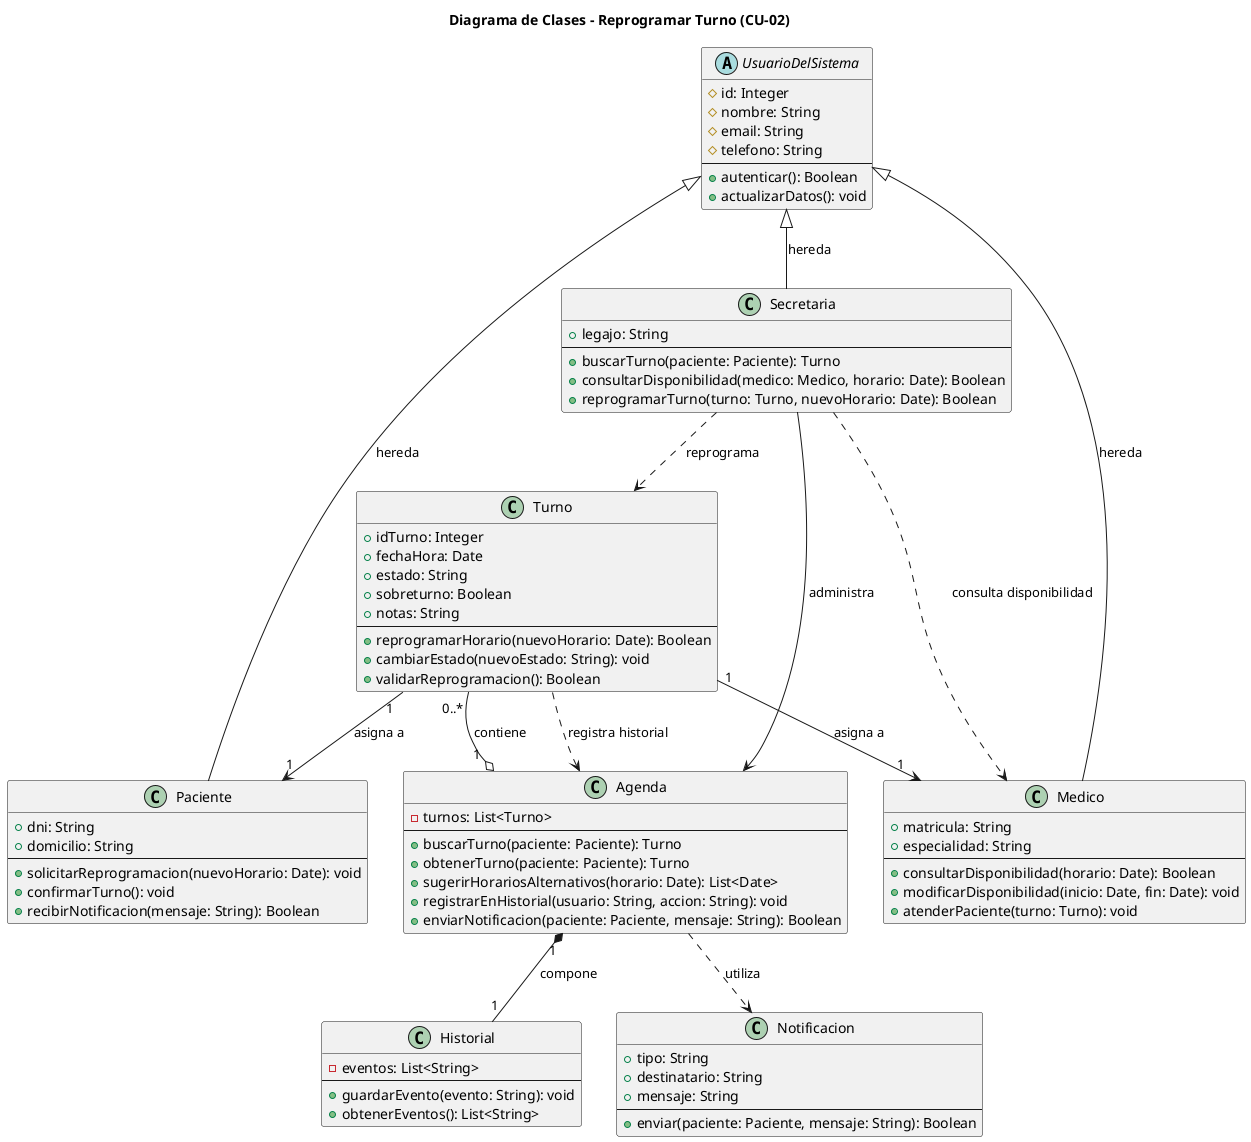
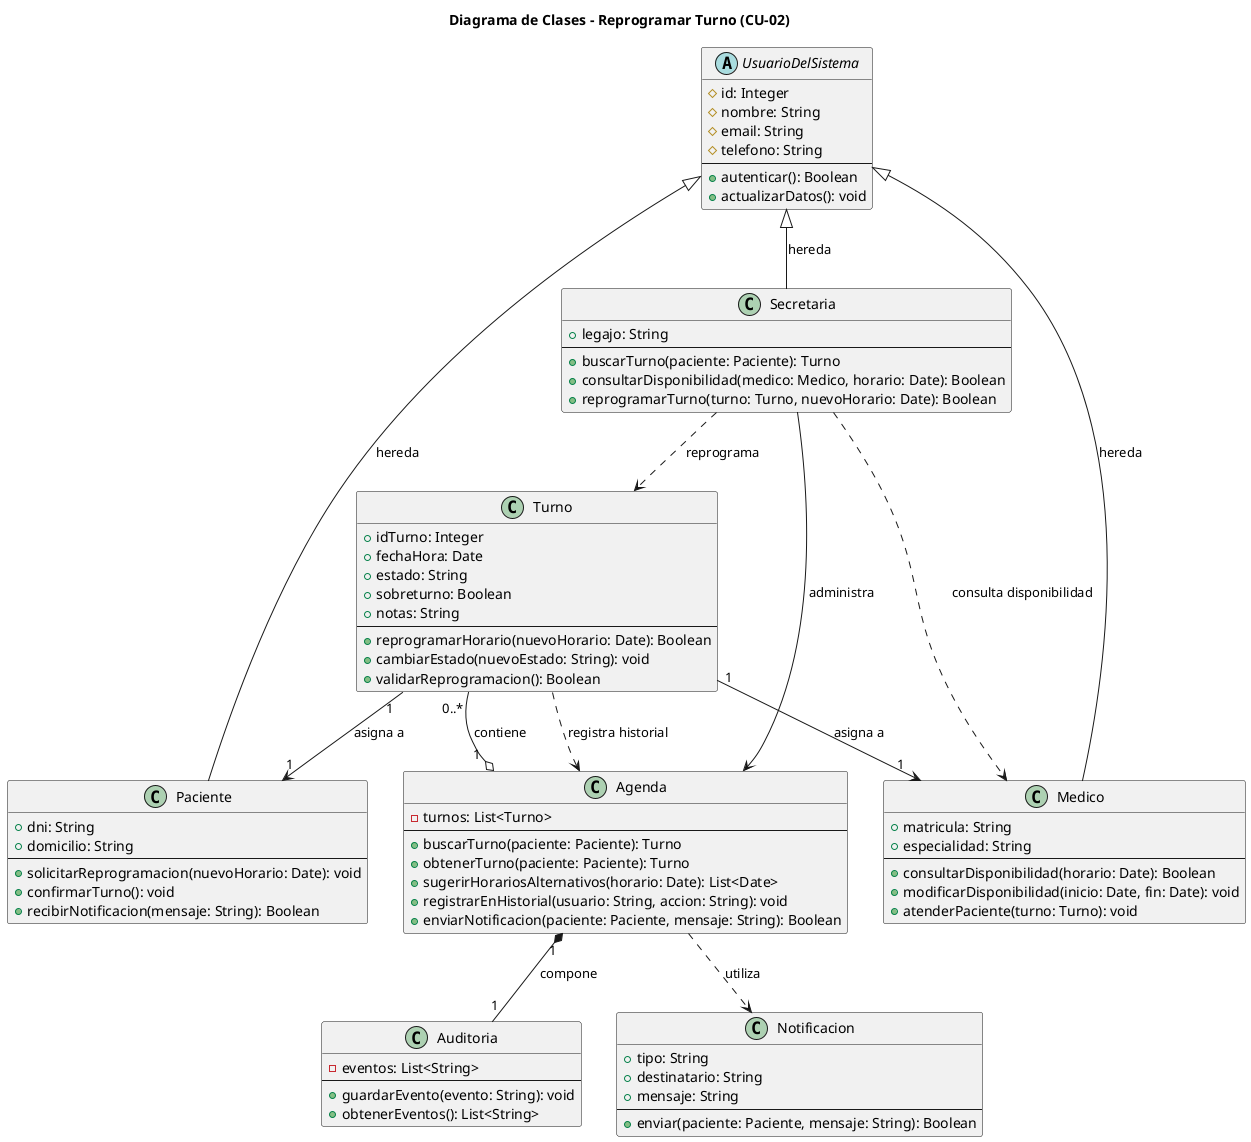
@startuml

title Diagrama de Clases - Reprogramar Turno (CU-02)

abstract class UsuarioDelSistema {
  # id: Integer
  # nombre: String
  # email: String
  # telefono: String
  --
  + autenticar(): Boolean
  + actualizarDatos(): void
}


class Paciente {
  + dni: String
  + domicilio: String
  --
  + solicitarReprogramacion(nuevoHorario: Date): void
  + confirmarTurno(): void
  + recibirNotificacion(mensaje: String): Boolean
}

class Secretaria {
  + legajo: String
  --
  + buscarTurno(paciente: Paciente): Turno
  + consultarDisponibilidad(medico: Medico, horario: Date): Boolean
  + reprogramarTurno(turno: Turno, nuevoHorario: Date): Boolean
}

class Medico {
  + matricula: String
  + especialidad: String
  --
  + consultarDisponibilidad(horario: Date): Boolean
  + modificarDisponibilidad(inicio: Date, fin: Date): void
  + atenderPaciente(turno: Turno): void
}
class Turno {
  + idTurno: Integer
  + fechaHora: Date
  + estado: String
  + sobreturno: Boolean
  + notas: String
  --
  + reprogramarHorario(nuevoHorario: Date): Boolean
  + cambiarEstado(nuevoEstado: String): void
  + validarReprogramacion(): Boolean
}


class Agenda {
  - turnos: List<Turno>
  --
  + buscarTurno(paciente: Paciente): Turno
  + obtenerTurno(paciente: Paciente): Turno
  + sugerirHorariosAlternativos(horario: Date): List<Date>
  + registrarEnHistorial(usuario: String, accion: String): void
  + enviarNotificacion(paciente: Paciente, mensaje: String): Boolean
}


- class Historial {
+ class Auditoria {
  - eventos: List<String>
  --
  + guardarEvento(evento: String): void
  + obtenerEventos(): List<String>
}

class Notificacion {
  + tipo: String
  + destinatario: String
  + mensaje: String
  --
  + enviar(paciente: Paciente, mensaje: String): Boolean
}


UsuarioDelSistema <|-- Paciente : hereda
UsuarioDelSistema <|-- Secretaria : hereda
UsuarioDelSistema <|-- Medico : hereda

Secretaria --> Agenda : administra
Secretaria ..> Medico : consulta disponibilidad
Secretaria ..> Turno : reprograma

Agenda "1" o-- "0..*" Turno : contiene
- Agenda "1" *-- "1" Historial : compone
+ Agenda "1" *-- "1" Auditoria : compone
Agenda ..> Notificacion : utiliza

Turno "1" --> "1" Paciente : asigna a
Turno "1" --> "1" Medico : asigna a
Turno ..> Agenda : registra historial

@enduml